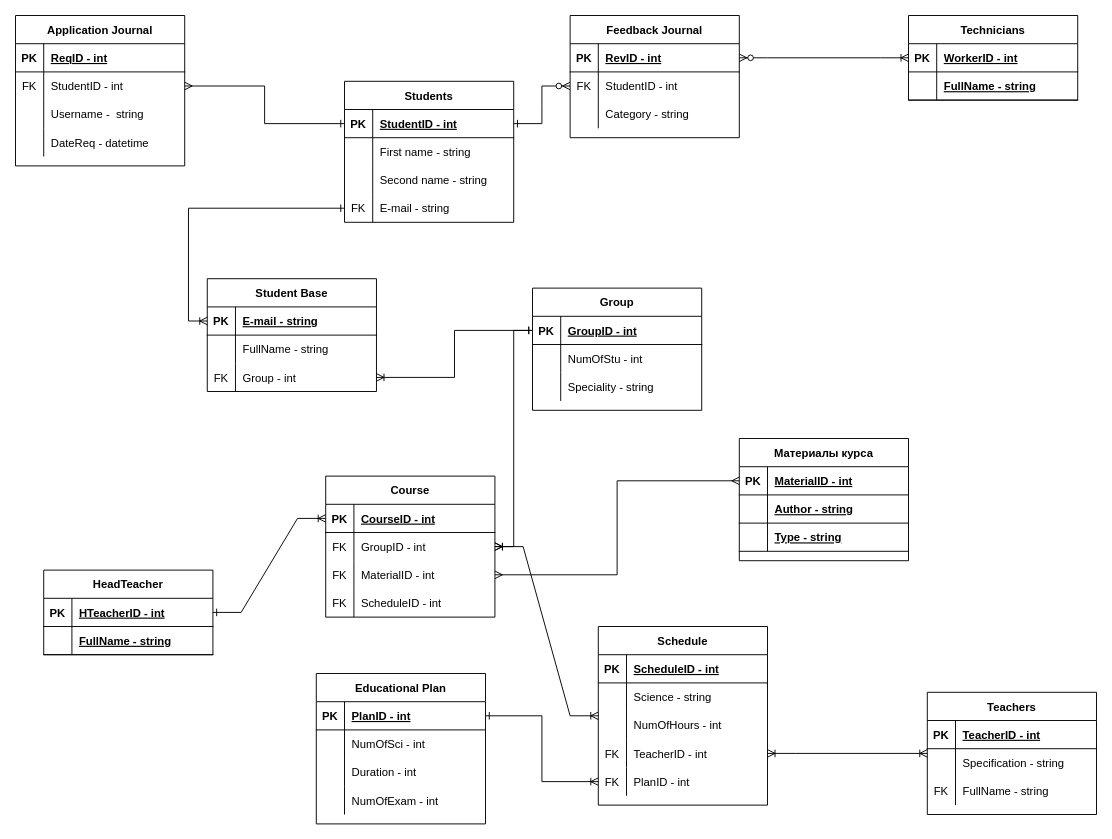
Earlier version of the draw.io diagram ER.drawio (JKtheeone/Online-School). Source tidied: cells renumbered, new cells numbered last; positions are measured from the earlier drawing's top-left corner, leaving out a move shared by most shapes. Both pictures are drawn from the tidied source at 94%, with x=0, y=0 at pixel (15, 15).
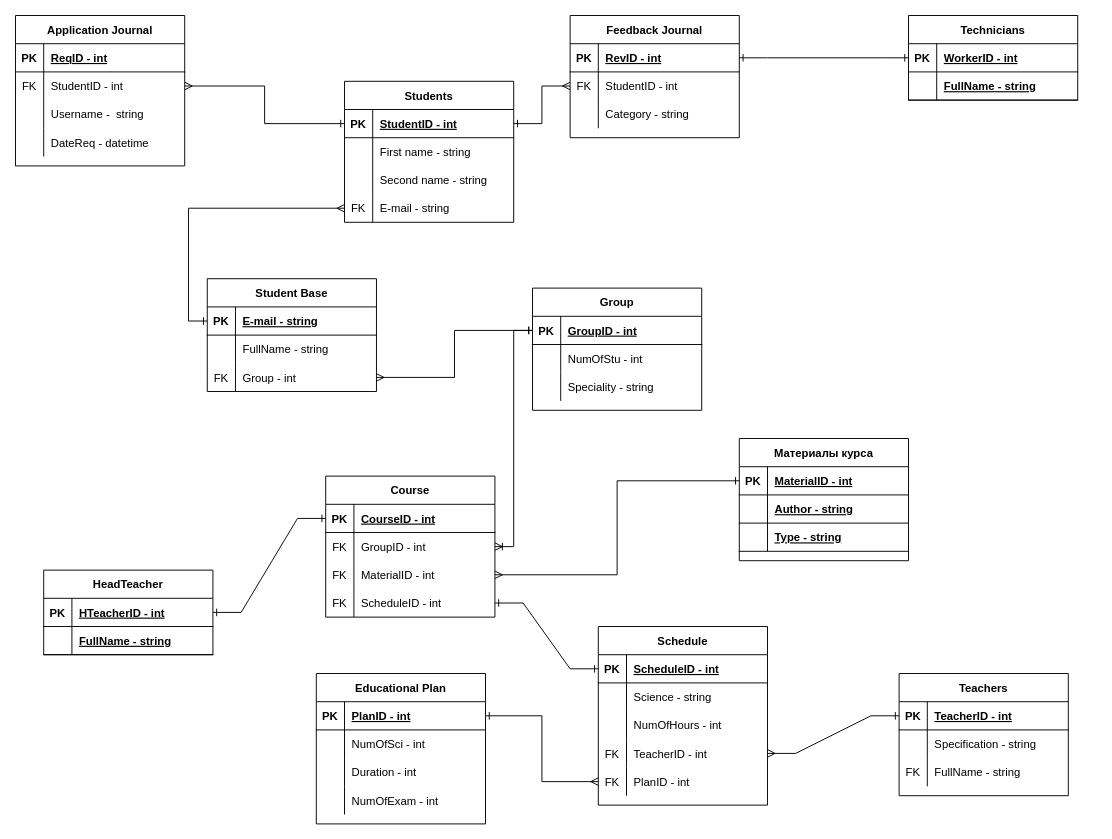
The same diagram, later.

Unchanged cells that the change refers to:
```xml
<mxCell id="3" style="shape=partialRectangle;fillColor=none;top=0;left=0;bottom=1;right=0;points=[[0,0.5],[1,0.5]];portConstraint=eastwest;" parent="2" vertex="1">
  <mxGeometry y="30" width="180" height="30" as="geometry" />
</mxCell>
<mxCell id="12" style="shape=partialRectangle;fillColor=none;top=0;left=0;bottom=0;right=0;points=[[0,0.5],[1,0.5]];portConstraint=eastwest;" parent="2" vertex="1">
  <mxGeometry y="120" width="180" height="30" as="geometry" />
</mxCell>
<mxCell id="16" style="shape=partialRectangle;fillColor=none;top=0;left=0;bottom=1;right=0;points=[[0,0.5],[1,0.5]];portConstraint=eastwest;" parent="15" vertex="1">
  <mxGeometry y="30" width="180" height="30" as="geometry" />
</mxCell>
<mxCell id="19" style="shape=partialRectangle;fillColor=none;top=0;left=0;bottom=0;right=0;points=[[0,0.5],[1,0.5]];portConstraint=eastwest;" parent="15" vertex="1">
  <mxGeometry y="60" width="180" height="30" as="geometry" />
</mxCell>
<mxCell id="39" style="shape=partialRectangle;fillColor=none;top=0;left=0;bottom=1;right=0;points=[[0,0.5],[1,0.5]];portConstraint=eastwest;" parent="38" vertex="1">
  <mxGeometry y="30" width="180" height="30" as="geometry" />
</mxCell>
<mxCell id="46" style="shape=partialRectangle;fillColor=none;top=0;left=0;bottom=1;right=0;points=[[0,0.5],[1,0.5]];portConstraint=eastwest;" parent="45" vertex="1">
  <mxGeometry y="30" width="180" height="30" as="geometry" />
</mxCell>
<mxCell id="53" style="shape=partialRectangle;fillColor=none;top=0;left=0;bottom=1;right=0;points=[[0,0.5],[1,0.5]];portConstraint=eastwest;" parent="52" vertex="1">
  <mxGeometry y="30" width="180" height="30" as="geometry" />
</mxCell>
<mxCell id="65" value="Schedule" style="shape=table;startSize=30;childLayout=tableLayout;rowLines=0;fontStyle=1;align=center;" parent="1" vertex="1">
  <mxGeometry x="620" y="650" width="180" height="190" as="geometry" />
</mxCell>
<mxCell id="66" style="shape=partialRectangle;fillColor=none;top=0;left=0;bottom=1;right=0;points=[[0,0.5],[1,0.5]];portConstraint=eastwest;" parent="65" vertex="1">
  <mxGeometry y="30" width="180" height="30" as="geometry" />
</mxCell>
<mxCell id="75" style="shape=partialRectangle;fillColor=none;top=0;left=0;bottom=0;right=0;points=[[0,0.5],[1,0.5]];portConstraint=eastwest;" parent="65" vertex="1">
  <mxGeometry y="120" width="180" height="30" as="geometry" />
</mxCell>
<mxCell id="78" style="shape=partialRectangle;fillColor=none;top=0;left=0;bottom=0;right=0;points=[[0,0.5],[1,0.5]];portConstraint=eastwest;" parent="65" vertex="1">
  <mxGeometry y="150" width="180" height="30" as="geometry" />
</mxCell>
<mxCell id="81" value="Course" style="shape=table;startSize=30;childLayout=tableLayout;rowLines=0;fontStyle=1;align=center;fillColor=default;strokeColor=default;fontColor=default;" parent="1" vertex="1">
  <mxGeometry x="330" y="490" width="180" height="150" as="geometry" />
</mxCell>
<mxCell id="82" style="shape=partialRectangle;fillColor=none;top=0;left=0;bottom=1;right=0;points=[[0,0.5],[1,0.5]];portConstraint=eastwest;" parent="81" vertex="1">
  <mxGeometry y="30" width="180" height="30" as="geometry" />
</mxCell>
<mxCell id="88" style="shape=partialRectangle;fillColor=none;top=0;left=0;bottom=0;right=0;points=[[0,0.5],[1,0.5]];portConstraint=eastwest;" parent="81" vertex="1">
  <mxGeometry y="90" width="180" height="30" as="geometry" />
</mxCell>
<mxCell id="91" style="shape=partialRectangle;fillColor=none;top=0;left=0;bottom=0;right=0;points=[[0,0.5],[1,0.5]];portConstraint=eastwest;" parent="81" vertex="1">
  <mxGeometry y="120" width="180" height="30" as="geometry" />
</mxCell>
<mxCell id="95" style="shape=partialRectangle;fillColor=none;top=0;left=0;bottom=1;right=0;points=[[0,0.5],[1,0.5]];portConstraint=eastwest;" parent="94" vertex="1">
  <mxGeometry y="30" width="180" height="30" as="geometry" />
</mxCell>
<mxCell id="110" style="shape=partialRectangle;fillColor=none;top=0;left=0;bottom=1;right=0;points=[[0,0.5],[1,0.5]];portConstraint=eastwest;fontColor=default;strokeColor=default;" parent="109" vertex="1">
  <mxGeometry y="30" width="180" height="30" as="geometry" />
</mxCell>
<mxCell id="120" style="shape=partialRectangle;fillColor=none;top=0;left=0;bottom=1;right=0;points=[[0,0.5],[1,0.5]];portConstraint=eastwest;fontColor=default;strokeColor=default;" parent="119" vertex="1">
  <mxGeometry y="30" width="180" height="30" as="geometry" />
</mxCell>
<mxCell id="130" style="shape=partialRectangle;fillColor=none;top=0;left=0;bottom=1;right=0;points=[[0,0.5],[1,0.5]];portConstraint=eastwest;fontColor=default;strokeColor=default;" parent="129" vertex="1">
  <mxGeometry y="30" width="180" height="30" as="geometry" />
</mxCell>
<mxCell id="136" style="shape=partialRectangle;fillColor=none;top=0;left=0;bottom=0;right=0;points=[[0,0.5],[1,0.5]];portConstraint=eastwest;fontColor=default;strokeColor=default;" parent="129" vertex="1">
  <mxGeometry y="90" width="180" height="30" as="geometry" />
</mxCell>
```

The edit, as a diff of the source:
```diff
@@
     <mxCell id="94" value="Teachers" style="shape=table;startSize=30;childLayout=tableLayout;rowLines=0;fontStyle=1;align=center;fillColor=default;strokeColor=default;fontColor=default;" parent="1" vertex="1">
-      <mxGeometry x="970" y="720" width="180" height="130" as="geometry" />
+      <mxGeometry x="940" y="700" width="180" height="130" as="geometry" />
     </mxCell>
@@
-    <mxCell id="104" style="edgeStyle=entityRelationEdgeStyle;fontSize=12;html=1;endArrow=ERzeroToMany;startArrow=ERone;rounded=0;exitX=1;exitY=0.5;exitDx=0;exitDy=0;entryX=0;entryY=0.5;entryDx=0;entryDy=0;startFill=0;" parent="1" edge="1" source="3" target="19">
+    <mxCell id="104" style="edgeStyle=entityRelationEdgeStyle;fontSize=12;html=1;endArrow=ERmany;startArrow=ERone;rounded=0;exitX=1;exitY=0.5;exitDx=0;exitDy=0;entryX=0;entryY=0.5;entryDx=0;entryDy=0;startFill=0;endFill=0;" parent="1" edge="1" source="3" target="19">
       <mxGeometry relative="1" as="geometry" />
     </mxCell>
-    <mxCell id="105" style="edgeStyle=entityRelationEdgeStyle;fontSize=12;html=1;endArrow=ERoneToMany;startArrow=ERzeroToMany;rounded=0;exitX=1;exitY=0.5;exitDx=0;exitDy=0;entryX=0;entryY=0.5;entryDx=0;entryDy=0;" parent="1" edge="1" source="16" target="39">
+    <mxCell id="105" style="edgeStyle=entityRelationEdgeStyle;fontSize=12;html=1;endArrow=ERone;startArrow=ERone;rounded=0;exitX=1;exitY=0.5;exitDx=0;exitDy=0;entryX=0;entryY=0.5;entryDx=0;entryDy=0;startFill=0;endFill=0;" parent="1" edge="1" source="16" target="39">
       <mxGeometry relative="1" as="geometry" />
     </mxCell>
-    <mxCell id="106" style="edgeStyle=entityRelationEdgeStyle;fontSize=12;html=1;endArrow=ERoneToMany;startArrow=ERoneToMany;rounded=0;exitX=1;exitY=0.5;exitDx=0;exitDy=0;" parent="1" edge="1" source="75" target="94">
+    <mxCell id="106" style="edgeStyle=entityRelationEdgeStyle;fontSize=12;html=1;endArrow=ERone;startArrow=ERmany;rounded=0;exitX=1;exitY=0.5;exitDx=0;exitDy=0;entryX=0;entryY=0.5;entryDx=0;entryDy=0;startFill=0;endFill=0;" parent="1" edge="1" source="75" target="95">
       <mxGeometry relative="1" as="geometry" />
     </mxCell>
-    <mxCell id="107" style="edgeStyle=entityRelationEdgeStyle;fontSize=12;html=1;endArrow=ERoneToMany;startArrow=ERone;rounded=0;exitX=1;exitY=0.5;exitDx=0;exitDy=0;entryX=0;entryY=0.5;entryDx=0;entryDy=0;startFill=0;" parent="1" edge="1" source="46" target="82">
+    <mxCell id="107" style="edgeStyle=entityRelationEdgeStyle;fontSize=12;html=1;endArrow=ERone;startArrow=ERone;rounded=0;exitX=1;exitY=0.5;exitDx=0;exitDy=0;entryX=0;entryY=0.5;entryDx=0;entryDy=0;startFill=0;endFill=0;" parent="1" edge="1" source="46" target="82">
       <mxGeometry relative="1" as="geometry" />
     </mxCell>
-    <mxCell id="108" style="edgeStyle=entityRelationEdgeStyle;fontSize=12;html=1;endArrow=ERoneToMany;startArrow=ERoneToMany;rounded=0;" parent="1" edge="1" source="81" target="65">
+    <mxCell id="108" style="edgeStyle=entityRelationEdgeStyle;fontSize=12;html=1;endArrow=ERone;startArrow=ERone;rounded=0;startFill=0;endFill=0;exitX=1;exitY=0.5;exitDx=0;exitDy=0;entryX=0;entryY=0.5;entryDx=0;entryDy=0;" parent="1" edge="1" source="91" target="66">
       <mxGeometry relative="1" as="geometry" />
     </mxCell>
@@
-    <mxCell id="139" style="edgeStyle=orthogonalEdgeStyle;rounded=0;jettySize=auto;html=1;exitX=0;exitY=0.5;exitDx=0;exitDy=0;entryX=1;entryY=0.5;entryDx=0;entryDy=0;startArrow=ERmany;startFill=0;endArrow=ERmany;endFill=0;" parent="1" edge="1" source="120" target="88">
+    <mxCell id="139" style="edgeStyle=orthogonalEdgeStyle;rounded=0;jettySize=auto;html=1;exitX=0;exitY=0.5;exitDx=0;exitDy=0;entryX=1;entryY=0.5;entryDx=0;entryDy=0;startArrow=ERone;startFill=0;endArrow=ERmany;endFill=0;" parent="1" edge="1" source="120" target="88">
       <mxGeometry relative="1" as="geometry" />
     </mxCell>
-    <mxCell id="140" style="edgeStyle=orthogonalEdgeStyle;rounded=0;jettySize=auto;html=1;exitX=0;exitY=0.5;exitDx=0;exitDy=0;entryX=0;entryY=0.5;entryDx=0;entryDy=0;startArrow=ERone;startFill=0;endArrow=ERoneToMany;endFill=0;" parent="1" edge="1" source="12" target="130">
+    <mxCell id="140" style="edgeStyle=orthogonalEdgeStyle;rounded=0;jettySize=auto;html=1;exitX=0;exitY=0.5;exitDx=0;exitDy=0;entryX=0;entryY=0.5;entryDx=0;entryDy=0;startArrow=ERmany;startFill=0;endArrow=ERone;endFill=0;" parent="1" edge="1" source="12" target="130">
       <mxGeometry relative="1" as="geometry">
         <Array as="points">
           <mxPoint x="184" y="205" />
           <mxPoint x="184" y="325" />
         </Array>
       </mxGeometry>
     </mxCell>
@@
-    <mxCell id="142" style="edgeStyle=orthogonalEdgeStyle;rounded=0;jettySize=auto;html=1;exitX=0;exitY=0.5;exitDx=0;exitDy=0;entryX=1;entryY=0.5;entryDx=0;entryDy=0;startArrow=ERone;startFill=0;endArrow=ERoneToMany;endFill=0;" parent="1" edge="1" source="110" target="136">
+    <mxCell id="142" style="edgeStyle=orthogonalEdgeStyle;rounded=0;jettySize=auto;html=1;exitX=0;exitY=0.5;exitDx=0;exitDy=0;entryX=1;entryY=0.5;entryDx=0;entryDy=0;startArrow=ERone;startFill=0;endArrow=ERmany;endFill=0;" parent="1" edge="1" source="110" target="136">
       <mxGeometry relative="1" as="geometry" />
     </mxCell>
@@
-    <mxCell id="144" style="edgeStyle=orthogonalEdgeStyle;rounded=0;jettySize=auto;html=1;exitX=1;exitY=0.5;exitDx=0;exitDy=0;entryX=0;entryY=0.5;entryDx=0;entryDy=0;startArrow=ERone;startFill=0;endArrow=ERoneToMany;endFill=0;" parent="1" edge="1" source="53" target="78">
+    <mxCell id="144" style="edgeStyle=orthogonalEdgeStyle;rounded=0;jettySize=auto;html=1;exitX=1;exitY=0.5;exitDx=0;exitDy=0;entryX=0;entryY=0.5;entryDx=0;entryDy=0;startArrow=ERone;startFill=0;endArrow=ERmany;endFill=0;" parent="1" edge="1" source="53" target="78">
       <mxGeometry relative="1" as="geometry" />
     </mxCell>
```
